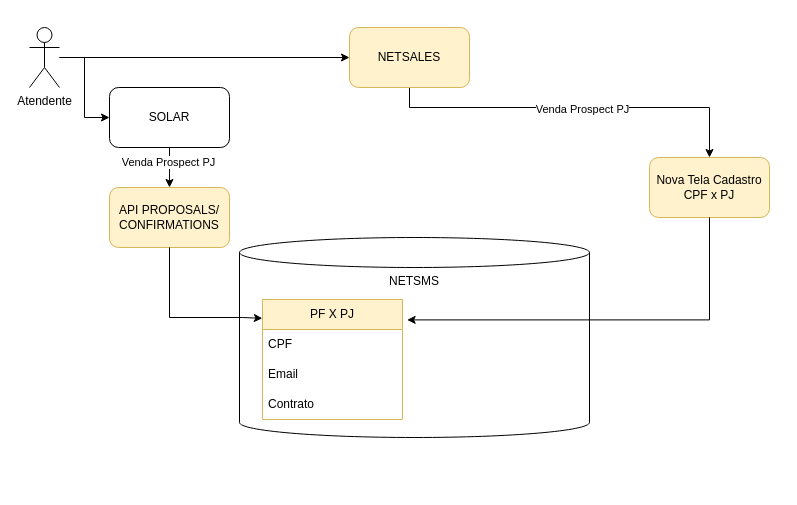
Above: 119640 - Unificação de Credenciais.drawio in samirali/ClaroBrasil (draw.io), before the change. Source tidied: cells renumbered, new cells numbered last; positions are measured from the earlier drawing's top-left corner, leaving out a move shared by most shapes. Both pictures are drawn from the tidied source at 100%, with x=0, y=0 at pixel (29, 27).
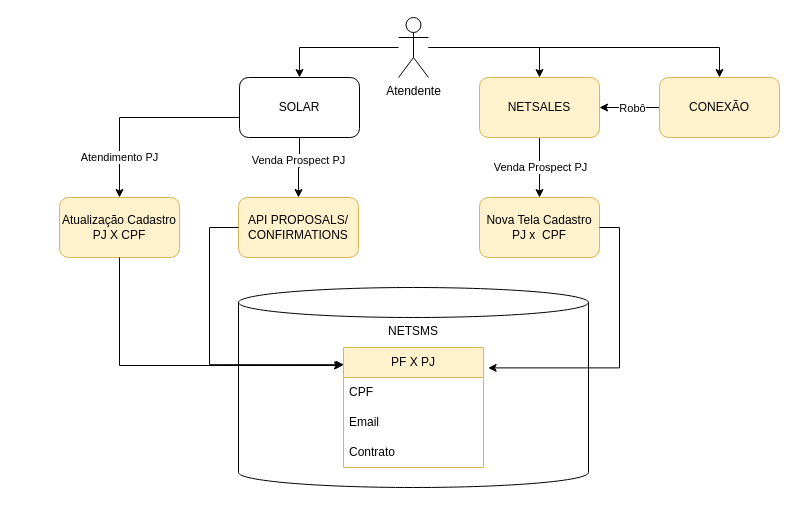
The same diagram, later.

What changed in the source:
```diff
@@
-    <mxCell id="2" style="edgeStyle=orthogonalEdgeStyle;rounded=0;jettySize=auto;html=1;entryX=0;entryY=0.5;entryDx=0;entryDy=0;" parent="1" edge="1" source="4" target="7">
+    <mxCell id="2" style="edgeStyle=orthogonalEdgeStyle;rounded=0;jettySize=auto;html=1;entryX=0.5;entryY=0;entryDx=0;entryDy=0;" parent="1" edge="1" source="4" target="7">
       <mxGeometry relative="1" as="geometry" />
     </mxCell>
-    <mxCell id="3" style="edgeStyle=orthogonalEdgeStyle;rounded=0;jettySize=auto;html=1;entryX=0;entryY=0.5;entryDx=0;entryDy=0;" parent="1" edge="1" source="4" target="19">
+    <mxCell id="3" style="edgeStyle=orthogonalEdgeStyle;rounded=0;jettySize=auto;html=1;entryX=0.5;entryY=0;entryDx=0;entryDy=0;" parent="1" edge="1" source="4" target="19">
       <mxGeometry relative="1" as="geometry" />
     </mxCell>
+    <mxCell id="20" style="edgeStyle=orthogonalEdgeStyle;rounded=0;jettySize=auto;html=1;entryX=0.5;entryY=0;entryDx=0;entryDy=0;" parent="1" edge="1" source="4" target="27">
+      <mxGeometry relative="1" as="geometry" />
+    </mxCell>
     <mxCell id="4" value="Atendente" style="shape=umlActor;verticalLabelPosition=bottom;verticalAlign=top;html=1;outlineConnect=0;" parent="1" vertex="1">
-      <mxGeometry width="30" height="60" as="geometry" />
+      <mxGeometry x="369" y="-10" width="30" height="60" as="geometry" />
     </mxCell>
-    <mxCell id="5" style="edgeStyle=orthogonalEdgeStyle;rounded=0;jettySize=auto;html=1;" parent="1" edge="1" source="7" target="8">
+    <mxCell id="5" style="edgeStyle=orthogonalEdgeStyle;rounded=0;jettySize=auto;html=1;" parent="1" edge="1" target="8">
       <mxGeometry relative="1" as="geometry">
+        <mxPoint x="510" y="110" as="sourcePoint" />
         <Array as="points">
-          <mxPoint x="380" y="80" />
-          <mxPoint x="680" y="80" />
+          <mxPoint x="510" y="80" />
         </Array>
       </mxGeometry>
     </mxCell>
     <mxCell id="6" value="Venda Prospect PJ" style="edgeLabel;html=1;align=center;verticalAlign=middle;" parent="5" vertex="1">
-      <mxGeometry x="0.04" y="-1" relative="1" as="geometry" />
+      <mxGeometry x="0.04" y="-1" relative="1" as="geometry">
+        <mxPoint x="1" y="27" as="offset" />
+      </mxGeometry>
     </mxCell>
     <mxCell id="7" value="NETSALES" style="rounded=1;whiteSpace=wrap;html=1;fillColor=#fff2cc;strokeColor=#d6b656;" parent="1" vertex="1">
-      <mxGeometry x="320" width="120" height="60" as="geometry" />
+      <mxGeometry x="450" y="50" width="120" height="60" as="geometry" />
     </mxCell>
-    <mxCell id="8" value="Nova Tela Cadastro CPF x PJ" style="rounded=1;whiteSpace=wrap;html=1;fillColor=#fff2cc;strokeColor=#d6b656;" parent="1" vertex="1">
-      <mxGeometry x="620" y="130" width="120" height="60" as="geometry" />
+    <mxCell id="8" value="Nova Tela Cadastro PJ x&amp;nbsp;&amp;nbsp;CPF" style="rounded=1;whiteSpace=wrap;html=1;fillColor=#fff2cc;strokeColor=#d6b656;" parent="1" vertex="1">
+      <mxGeometry x="450" y="170" width="120" height="60" as="geometry" />
     </mxCell>
     <mxCell id="9" value="NETSMS" style="shape=cylinder3;whiteSpace=wrap;html=1;boundedLbl=1;backgroundOutline=1;size=15;verticalAlign=top;" parent="1" vertex="1">
-      <mxGeometry x="210" y="210" width="350" height="200" as="geometry" />
+      <mxGeometry x="209" y="260" width="350" height="200" as="geometry" />
     </mxCell>
     <mxCell id="10" value="PF X PJ" style="swimlane;fontStyle=0;horizontal=1;startSize=30;whiteSpace=wrap;html=1;fillColor=#fff2cc;strokeColor=#d6b656;" parent="1" vertex="1">
-      <mxGeometry x="233" y="272" width="140" height="120" as="geometry" />
+      <mxGeometry x="314" y="320" width="140" height="120" as="geometry" />
     </mxCell>
@@
     <mxCell id="14" style="edgeStyle=orthogonalEdgeStyle;rounded=0;jettySize=auto;html=1;entryX=1.033;entryY=0.17;entryDx=0;entryDy=0;entryPerimeter=0;" parent="1" edge="1" source="8" target="10">
       <mxGeometry relative="1" as="geometry">
         <Array as="points">
-          <mxPoint x="680" y="292" />
+          <mxPoint x="590" y="200" />
+          <mxPoint x="590" y="340" />
         </Array>
       </mxGeometry>
     </mxCell>
     <mxCell id="15" value="API PROPOSALS/&lt;div&gt;CONFIRMATIONS&lt;/div&gt;" style="rounded=1;whiteSpace=wrap;html=1;fillColor=#fff2cc;strokeColor=#d6b656;" parent="1" vertex="1">
-      <mxGeometry x="80" y="160" width="120" height="60" as="geometry" />
+      <mxGeometry x="209" y="170" width="120" height="60" as="geometry" />
     </mxCell>
-    <mxCell id="16" style="edgeStyle=orthogonalEdgeStyle;rounded=0;jettySize=auto;html=1;entryX=-0.001;entryY=0.157;entryDx=0;entryDy=0;entryPerimeter=0;" parent="1" edge="1" source="15" target="10">
-      <mxGeometry relative="1" as="geometry">
-        <Array as="points">
-          <mxPoint x="140" y="290" />
-          <mxPoint x="213" y="290" />
-        </Array>
-      </mxGeometry>
-    </mxCell>
@@
+    <mxCell id="21" style="edgeStyle=orthogonalEdgeStyle;rounded=0;jettySize=auto;html=1;entryX=0.5;entryY=0;entryDx=0;entryDy=0;" parent="1" edge="1" source="19" target="23">
+      <mxGeometry relative="1" as="geometry">
+        <Array as="points">
+          <mxPoint x="90" y="90" />
+        </Array>
+      </mxGeometry>
+    </mxCell>
+    <mxCell id="22" value="Atendimento PJ" style="edgeLabel;html=1;align=center;verticalAlign=middle;" parent="21" vertex="1">
+      <mxGeometry x="0.38" y="-1" relative="1" as="geometry">
+        <mxPoint y="21" as="offset" />
+      </mxGeometry>
+    </mxCell>
     <mxCell id="19" value="SOLAR" style="rounded=1;whiteSpace=wrap;html=1;" parent="1" vertex="1">
-      <mxGeometry x="80" y="60" width="120" height="60" as="geometry" />
+      <mxGeometry x="210" y="50" width="120" height="60" as="geometry" />
     </mxCell>
+    <mxCell id="23" value="Atualização Cadastro PJ X CPF" style="rounded=1;whiteSpace=wrap;html=1;fillColor=#fff2cc;strokeColor=#d6b656;" parent="1" vertex="1">
+      <mxGeometry x="30" y="170" width="120" height="60" as="geometry" />
+    </mxCell>
+    <mxCell id="24" style="edgeStyle=orthogonalEdgeStyle;rounded=0;jettySize=auto;html=1;entryX=-0.007;entryY=0.15;entryDx=0;entryDy=0;entryPerimeter=0;" parent="1" edge="1" source="23" target="10">
+      <mxGeometry relative="1" as="geometry">
+        <Array as="points">
+          <mxPoint x="90" y="338" />
+        </Array>
+      </mxGeometry>
+    </mxCell>
+    <mxCell id="16" style="edgeStyle=orthogonalEdgeStyle;rounded=0;jettySize=auto;html=1;entryX=0.003;entryY=0.143;entryDx=0;entryDy=0;entryPerimeter=0;" parent="1" edge="1" source="15" target="10">
+      <mxGeometry relative="1" as="geometry">
+        <Array as="points">
+          <mxPoint x="180" y="200" />
+          <mxPoint x="180" y="337" />
+        </Array>
+      </mxGeometry>
+    </mxCell>
+    <mxCell id="25" style="edgeStyle=orthogonalEdgeStyle;rounded=0;jettySize=auto;html=1;entryX=1;entryY=0.5;entryDx=0;entryDy=0;" parent="1" edge="1" source="27" target="7">
+      <mxGeometry relative="1" as="geometry" />
+    </mxCell>
+    <mxCell id="26" value="Robô" style="edgeLabel;html=1;align=center;verticalAlign=middle;" parent="25" vertex="1">
+      <mxGeometry x="-0.07" relative="1" as="geometry" />
+    </mxCell>
+    <mxCell id="27" value="CONEXÃO" style="rounded=1;whiteSpace=wrap;html=1;fillColor=#fff2cc;strokeColor=#d6b656;" parent="1" vertex="1">
+      <mxGeometry x="630" y="50" width="120" height="60" as="geometry" />
+    </mxCell>
```
